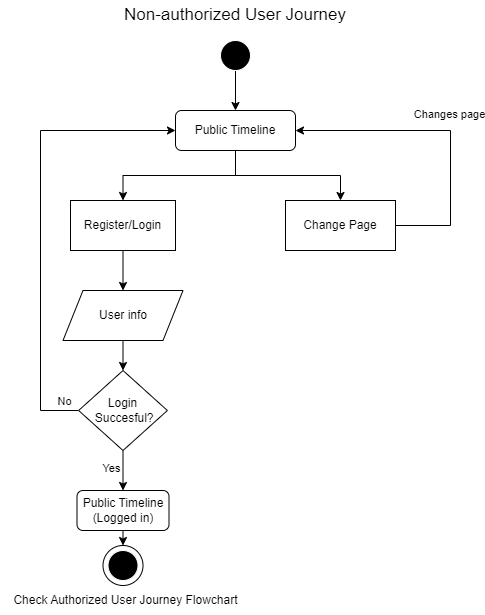
Earlier version of the draw.io export docs/diagrams/Non-Authorized.png (ITU-BDSA23-GROUP19/Chirp). Source tidied: cells renumbered, new cells last; positions are measured from the earlier drawing's top-left corner, leaving out a move shared by most shapes.
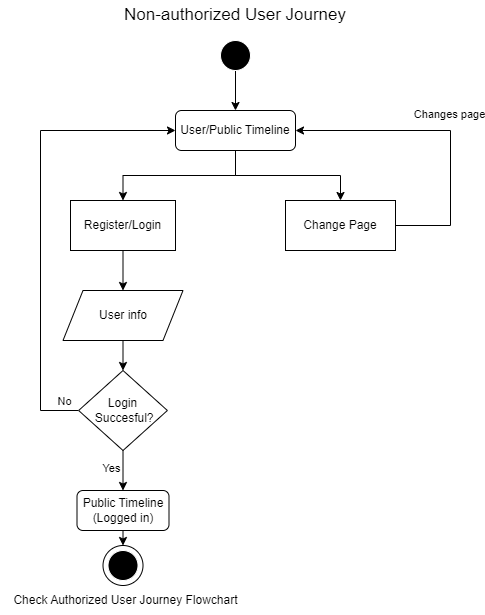
After the commit.

Commit message:
New non-authorized

Change to the diagram source:
```diff
@@ -8,7 +8,7 @@
     <mxCell id="3" style="edgeStyle=orthogonalEdgeStyle;rounded=0;jettySize=auto;html=1;exitX=0.5;exitY=1;exitDx=0;exitDy=0;entryX=0.5;entryY=0;entryDx=0;entryDy=0;" parent="1" edge="1" source="4" target="12">
       <mxGeometry relative="1" as="geometry" />
     </mxCell>
-    <mxCell id="4" value="Public Timeline" style="rounded=1;whiteSpace=wrap;html=1;fontSize=12;glass=0;strokeWidth=1;shadow=0;" parent="1" vertex="1">
+    <mxCell id="4" value="User/Public Timeline" style="rounded=1;whiteSpace=wrap;html=1;fontSize=12;glass=0;strokeWidth=1;shadow=0;" parent="1" vertex="1">
       <mxGeometry x="175" y="110" width="120" height="40" as="geometry" />
     </mxCell>
     <mxCell id="5" style="edgeStyle=orthogonalEdgeStyle;rounded=0;jettySize=auto;html=1;exitX=0.5;exitY=1;exitDx=0;exitDy=0;entryX=0.5;entryY=0;entryDx=0;entryDy=0;" parent="1" edge="1" source="6" target="17">
```
